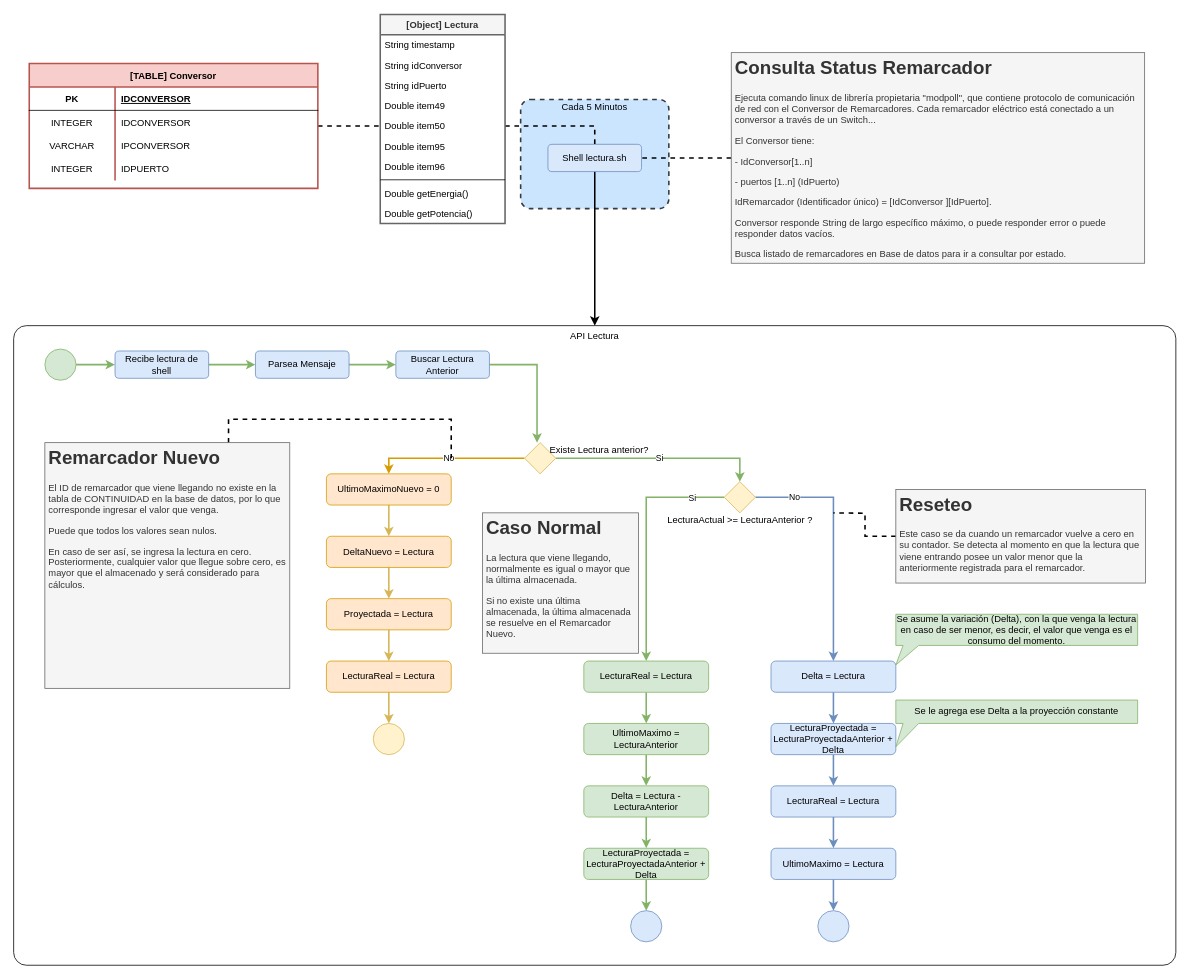
Above: flujo-lectura.drawio in JorgeSilvaBorda/api-bodenor (draw.io), before the change. Source tidied: cells renumbered, new cells numbered last; positions are measured from the earlier drawing's top-left corner, leaving out a move shared by most shapes. Both pictures are drawn from the tidied source at 78%, with x=0, y=0 at pixel (13, 14).
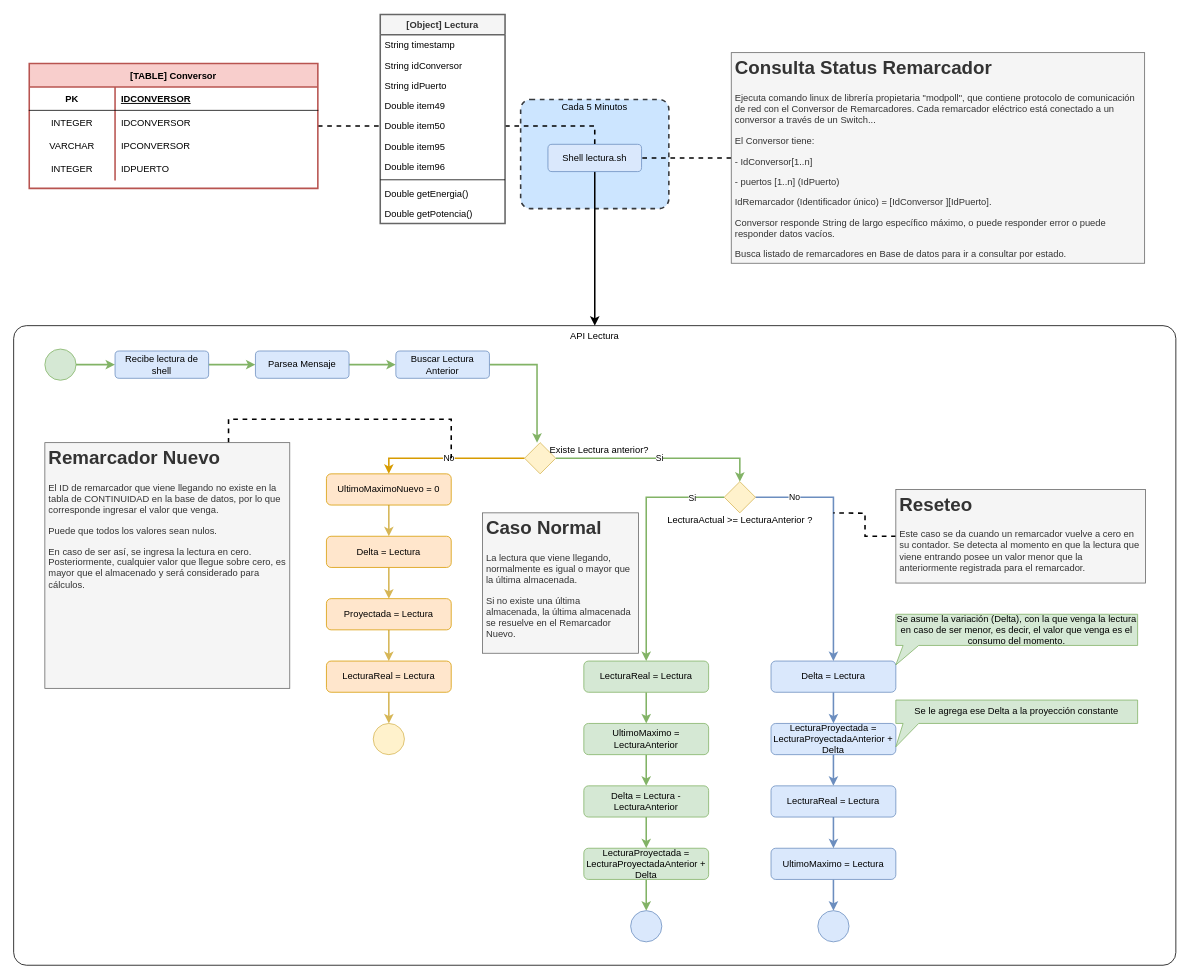
The same diagram, later.

The edit, as a diff of the source:
```diff
@@
-    <mxCell id="55" value="DeltaNuevo = Lectura" style="rounded=1;whiteSpace=wrap;html=1;fillColor=#ffe6cc;strokeColor=#d79b00;" parent="1" vertex="1">
+    <mxCell id="55" value="Delta = Lectura" style="rounded=1;whiteSpace=wrap;html=1;fillColor=#ffe6cc;strokeColor=#d79b00;" parent="1" vertex="1">
       <mxGeometry x="401" y="669" width="160" height="40" as="geometry" />
     </mxCell>
```
